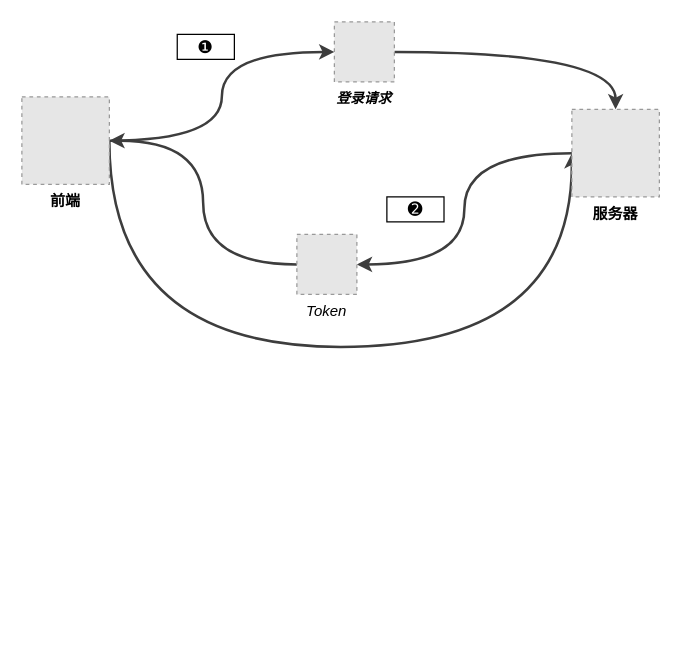
The draw.io diagram map/token.drawio in msqtt/Sources, before the edit. Source tidied: cells renumbered, new cells numbered last; positions are measured from the earlier drawing's top-left corner, leaving out a move shared by most shapes. Both pictures are drawn from the tidied source at 125%, with x=0, y=0 at pixel (21, 21). Pictures stored in the file or linked from it are replaced by grey dashed boxes.
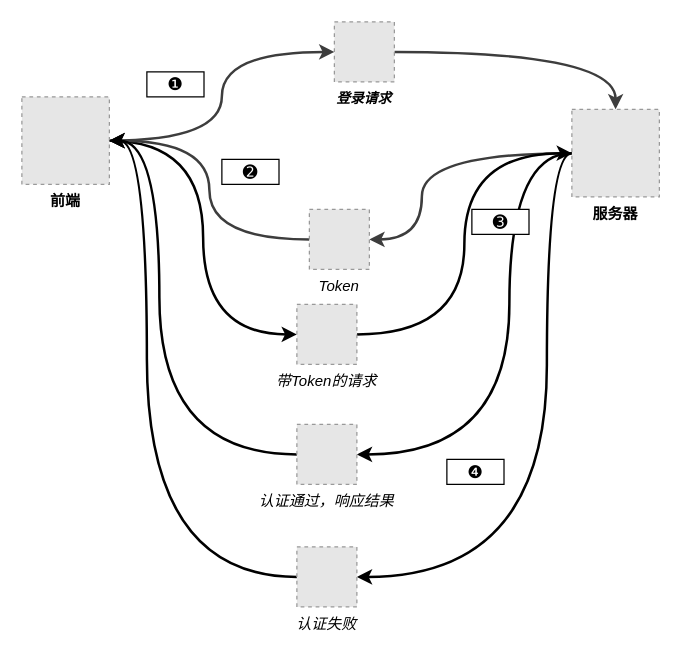
The same page after the edit.

Unchanged cells that the change refers to:
```xml
<mxCell id="4" value="前端" style="fillColor=#E6E6E6;strokeColor=#999999;dashed=1;verticalLabelPosition=bottom;verticalAlign=top;fontStyle=1;" parent="1" vertex="1">
  <mxGeometry y="60" width="70" height="70" as="geometry" />
</mxCell>
<mxCell id="8" value="服务器" style="fillColor=#E6E6E6;strokeColor=#999999;dashed=1;verticalLabelPosition=bottom;verticalAlign=top;fontStyle=1;" parent="1" vertex="1">
  <mxGeometry x="440" y="70" width="70" height="70" as="geometry" />
</mxCell>
```

Diff of the diagram source:
```diff
@@
-    <mxCell id="3" style="edgeStyle=orthogonalEdgeStyle;rounded=0;jettySize=auto;html=1;exitX=1;exitY=0.5;exitDx=0;exitDy=0;entryX=0;entryY=0.5;entryDx=0;entryDy=0;curved=1;fontSize=12;strokeWidth=2;strokeColor=#3D3D3D;" parent="1" edge="1" source="4" target="8">
-      <mxGeometry relative="1" as="geometry">
-        <Array as="points">
-          <mxPoint x="70" y="260" />
-          <mxPoint x="440" y="260" />
-        </Array>
-      </mxGeometry>
-    </mxCell>
+    <mxCell id="13" style="edgeStyle=orthogonalEdgeStyle;rounded=0;jettySize=auto;html=1;exitX=1;exitY=0.5;exitDx=0;exitDy=0;entryX=0;entryY=0.5;entryDx=0;entryDy=0;curved=1;strokeWidth=2;" parent="1" edge="1" source="4" target="17">
+      <mxGeometry relative="1" as="geometry" />
+    </mxCell>
@@
     <mxCell id="7" style="edgeStyle=orthogonalEdgeStyle;rounded=0;jettySize=auto;html=1;entryX=1;entryY=0.5;entryDx=0;entryDy=0;curved=1;strokeWidth=2;strokeColor=#3D3D3D;" parent="1" edge="1" source="8" target="10">
-      <mxGeometry relative="1" as="geometry" />
+      <mxGeometry relative="1" as="geometry">
+        <Array as="points">
+          <mxPoint x="320" y="105" />
+          <mxPoint x="320" y="174" />
+        </Array>
+      </mxGeometry>
     </mxCell>
+    <mxCell id="14" style="edgeStyle=orthogonalEdgeStyle;rounded=0;jettySize=auto;html=1;entryX=1;entryY=0.5;entryDx=0;entryDy=0;curved=1;strokeWidth=2;" parent="1" edge="1" source="8" target="20">
+      <mxGeometry relative="1" as="geometry">
+        <Array as="points">
+          <mxPoint x="390" y="105" />
+          <mxPoint x="390" y="346" />
+        </Array>
+      </mxGeometry>
+    </mxCell>
+    <mxCell id="15" style="edgeStyle=orthogonalEdgeStyle;rounded=0;jettySize=auto;html=1;entryX=1;entryY=0.5;entryDx=0;entryDy=0;curved=1;strokeWidth=2;exitX=0;exitY=0.5;exitDx=0;exitDy=0;" parent="1" edge="1" source="8" target="23">
+      <mxGeometry relative="1" as="geometry">
+        <Array as="points">
+          <mxPoint x="420" y="105" />
+          <mxPoint x="420" y="444" />
+        </Array>
+      </mxGeometry>
+    </mxCell>
@@
     <mxCell id="10" value="Token" style="fillColor=#E6E6E6;strokeColor=#999999;dashed=1;verticalLabelPosition=bottom;verticalAlign=top;fontStyle=2;" parent="1" vertex="1">
-      <mxGeometry x="220" y="170" width="48" height="48" as="geometry" />
+      <mxGeometry x="230" y="150" width="48" height="48" as="geometry" />
     </mxCell>
     <mxCell id="11" value="❶" style="html=1;whiteSpace=wrap;fontSize=14;" parent="1" vertex="1">
-      <mxGeometry x="124.3" y="10" width="45.7" height="20" as="geometry" />
+      <mxGeometry x="100" y="40" width="45.7" height="20" as="geometry" />
     </mxCell>
     <mxCell id="12" value="➋" style="html=1;whiteSpace=wrap;fontSize=14;" parent="1" vertex="1">
-      <mxGeometry x="292" y="140" width="45.7" height="20" as="geometry" />
+      <mxGeometry x="160" y="110" width="45.7" height="20" as="geometry" />
     </mxCell>
+    <mxCell id="16" style="edgeStyle=orthogonalEdgeStyle;rounded=0;jettySize=auto;html=1;entryX=0;entryY=0.5;entryDx=0;entryDy=0;curved=1;strokeWidth=2;" parent="1" edge="1" source="17" target="8">
+      <mxGeometry relative="1" as="geometry" />
+    </mxCell>
+    <mxCell id="17" value="带Token的请求" style="fillColor=#E6E6E6;strokeColor=#999999;dashed=1;verticalLabelPosition=bottom;verticalAlign=top;fontStyle=2;" parent="1" vertex="1">
+      <mxGeometry x="220" y="226" width="48" height="48" as="geometry" />
+    </mxCell>
+    <mxCell id="18" value="➌" style="html=1;whiteSpace=wrap;fontSize=14;" parent="1" vertex="1">
+      <mxGeometry x="360" y="150" width="45.7" height="20" as="geometry" />
+    </mxCell>
+    <mxCell id="19" style="edgeStyle=orthogonalEdgeStyle;rounded=0;jettySize=auto;html=1;entryX=1;entryY=0.5;entryDx=0;entryDy=0;curved=1;strokeWidth=2;exitX=0;exitY=0.5;exitDx=0;exitDy=0;" parent="1" edge="1" source="20" target="4">
+      <mxGeometry relative="1" as="geometry">
+        <Array as="points">
+          <mxPoint x="110" y="346" />
+          <mxPoint x="110" y="95" />
+        </Array>
+      </mxGeometry>
+    </mxCell>
+    <mxCell id="20" value="认证通过，响应结果" style="fillColor=#E6E6E6;strokeColor=#999999;dashed=1;verticalLabelPosition=bottom;verticalAlign=top;fontStyle=2;" parent="1" vertex="1">
+      <mxGeometry x="220" y="322" width="48" height="48" as="geometry" />
+    </mxCell>
+    <mxCell id="21" value="❹" style="html=1;whiteSpace=wrap;fontSize=14;" parent="1" vertex="1">
+      <mxGeometry x="340" y="350" width="45.7" height="20" as="geometry" />
+    </mxCell>
+    <mxCell id="22" style="edgeStyle=orthogonalEdgeStyle;rounded=0;jettySize=auto;html=1;entryX=1;entryY=0.5;entryDx=0;entryDy=0;curved=1;strokeWidth=2;" parent="1" edge="1" source="23" target="4">
+      <mxGeometry relative="1" as="geometry">
+        <Array as="points">
+          <mxPoint x="100" y="444" />
+          <mxPoint x="100" y="95" />
+        </Array>
+      </mxGeometry>
+    </mxCell>
+    <mxCell id="23" value="认证失败" style="fillColor=#E6E6E6;strokeColor=#999999;dashed=1;verticalLabelPosition=bottom;verticalAlign=top;fontStyle=2;" parent="1" vertex="1">
+      <mxGeometry x="220" y="420" width="48" height="48" as="geometry" />
+    </mxCell>
```
